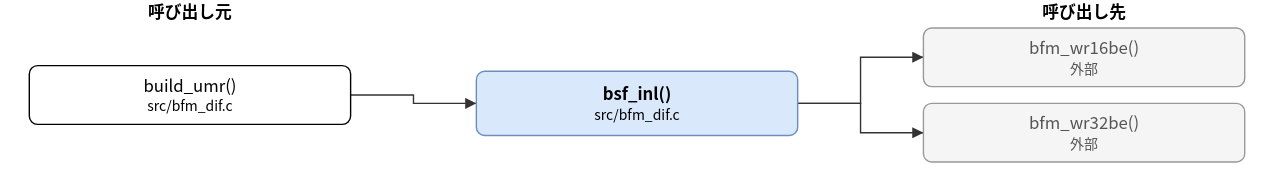
Before: doc/spec/images/call_src_bfm_dif-bsf_inl.drawio.svg, a diagram exported from draw.io (hf355051012-ai/bfmem). Source tidied: cells renumbered, new cells last; positions are measured from the earlier drawing's top-left corner, leaving out a move shared by most shapes. Source of this version:
```xml
<mxGraphModel>
  <root>
    <mxCell id="0" />
    <mxCell id="1" parent="0" />
    <mxCell id="2" value="bsf_inl()&lt;br&gt;&lt;font style=&quot;font-size:10px&quot;&gt;src/bfm_dif.c&lt;/font&gt;" style="rounded=1;whiteSpace=wrap;html=1;fillColor=#dae8fc;strokeColor=#6c8ebf;fontStyle=1;" parent="1" vertex="1">
      <mxGeometry x="320" y="51" width="230" height="46" as="geometry" />
    </mxCell>
    <mxCell id="3" value="build_umr()&lt;br&gt;&lt;font style=&quot;font-size:10px&quot;&gt;src/bfm_dif.c&lt;/font&gt;" style="rounded=1;whiteSpace=wrap;html=1;" parent="1" vertex="1">
      <mxGeometry y="47" width="230" height="42" as="geometry" />
    </mxCell>
    <mxCell id="4" value="bfm_wr16be()&lt;br&gt;&lt;font style=&quot;font-size:10px&quot;&gt;外部&lt;/font&gt;" style="rounded=1;whiteSpace=wrap;html=1;fillColor=#f5f5f5;strokeColor=#999999;fontColor=#555555;" parent="1" vertex="1">
      <mxGeometry x="640" y="20" width="230" height="42" as="geometry" />
    </mxCell>
    <mxCell id="5" value="bfm_wr32be()&lt;br&gt;&lt;font style=&quot;font-size:10px&quot;&gt;外部&lt;/font&gt;" style="rounded=1;whiteSpace=wrap;html=1;fillColor=#f5f5f5;strokeColor=#999999;fontColor=#555555;" parent="1" vertex="1">
      <mxGeometry x="640" y="74" width="230" height="42" as="geometry" />
    </mxCell>
    <mxCell id="6" style="edgeStyle=none;html=1;rounded=0;endArrow=block;endFill=1;exitX=1.0000;exitY=0.5000;exitDx=0;exitDy=0;exitPerimeter=0;entryX=0.0000;entryY=0.5000;entryDx=0;entryDy=0;entryPerimeter=0;" parent="1" edge="1" source="3" target="2">
      <mxGeometry relative="1" as="geometry">
        <Array as="points">
          <mxPoint x="275" y="68" />
          <mxPoint x="275" y="74" />
        </Array>
      </mxGeometry>
    </mxCell>
    <mxCell id="7" style="edgeStyle=none;html=1;rounded=0;endArrow=block;endFill=1;exitX=1.0000;exitY=0.5000;exitDx=0;exitDy=0;exitPerimeter=0;entryX=0.0000;entryY=0.5000;entryDx=0;entryDy=0;entryPerimeter=0;" parent="1" edge="1" source="2" target="4">
      <mxGeometry relative="1" as="geometry">
        <Array as="points">
          <mxPoint x="595" y="74" />
          <mxPoint x="595" y="41" />
        </Array>
      </mxGeometry>
    </mxCell>
    <mxCell id="8" style="edgeStyle=none;html=1;rounded=0;endArrow=block;endFill=1;exitX=1.0000;exitY=0.5000;exitDx=0;exitDy=0;exitPerimeter=0;entryX=0.0000;entryY=0.5000;entryDx=0;entryDy=0;entryPerimeter=0;" parent="1" edge="1" source="2" target="5">
      <mxGeometry relative="1" as="geometry">
        <Array as="points">
          <mxPoint x="595" y="74" />
          <mxPoint x="595" y="95" />
        </Array>
      </mxGeometry>
    </mxCell>
    <mxCell id="9" value="呼び出し元" style="text;html=1;align=center;fontStyle=1;" parent="1" vertex="1">
      <mxGeometry x="35" width="160" height="18" as="geometry" />
    </mxCell>
    <mxCell id="10" value="呼び出し先" style="text;html=1;align=center;fontStyle=1;" parent="1" vertex="1">
      <mxGeometry x="675" width="160" height="18" as="geometry" />
    </mxCell>
  </root>
</mxGraphModel>
```
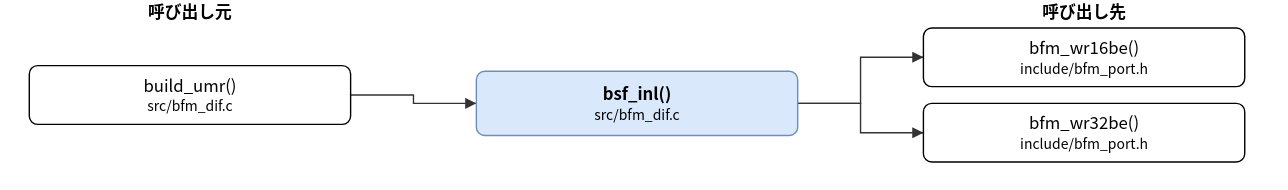
Above is the later version.

The edit, as a diff of the source:
```diff
@@ -8,10 +8,10 @@
     <mxCell id="3" value="build_umr()&lt;br&gt;&lt;font style=&quot;font-size:10px&quot;&gt;src/bfm_dif.c&lt;/font&gt;" style="rounded=1;whiteSpace=wrap;html=1;" parent="1" vertex="1">
       <mxGeometry y="47" width="230" height="42" as="geometry" />
     </mxCell>
-    <mxCell id="4" value="bfm_wr16be()&lt;br&gt;&lt;font style=&quot;font-size:10px&quot;&gt;外部&lt;/font&gt;" style="rounded=1;whiteSpace=wrap;html=1;fillColor=#f5f5f5;strokeColor=#999999;fontColor=#555555;" parent="1" vertex="1">
+    <mxCell id="4" value="bfm_wr16be()&lt;br&gt;&lt;font style=&quot;font-size:10px&quot;&gt;include/bfm_port.h&lt;/font&gt;" style="rounded=1;whiteSpace=wrap;html=1;" parent="1" vertex="1">
       <mxGeometry x="640" y="20" width="230" height="42" as="geometry" />
     </mxCell>
-    <mxCell id="5" value="bfm_wr32be()&lt;br&gt;&lt;font style=&quot;font-size:10px&quot;&gt;外部&lt;/font&gt;" style="rounded=1;whiteSpace=wrap;html=1;fillColor=#f5f5f5;strokeColor=#999999;fontColor=#555555;" parent="1" vertex="1">
+    <mxCell id="5" value="bfm_wr32be()&lt;br&gt;&lt;font style=&quot;font-size:10px&quot;&gt;include/bfm_port.h&lt;/font&gt;" style="rounded=1;whiteSpace=wrap;html=1;" parent="1" vertex="1">
       <mxGeometry x="640" y="74" width="230" height="42" as="geometry" />
     </mxCell>
     <mxCell id="6" style="edgeStyle=none;html=1;rounded=0;endArrow=block;endFill=1;exitX=1.0000;exitY=0.5000;exitDx=0;exitDy=0;exitPerimeter=0;entryX=0.0000;entryY=0.5000;entryDx=0;entryDy=0;entryPerimeter=0;" parent="1" edge="1" source="3" target="2">
```
